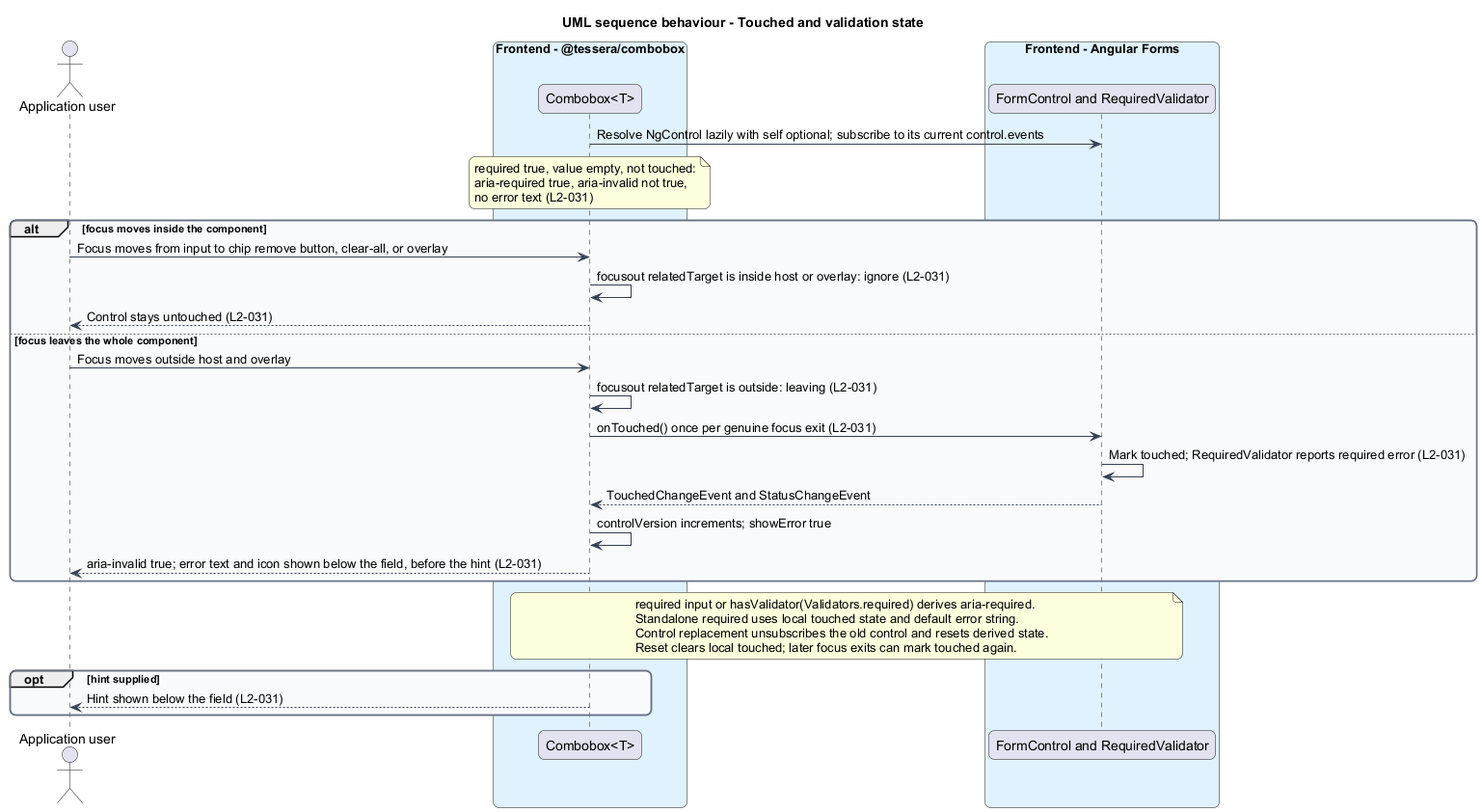
This is docs/detailed-designs/combobox/integrate-forms/diagrams/sequence-touched-validation.png from QuinntyneBrown/Tessera, a PlantUML export, as it was before one commit.
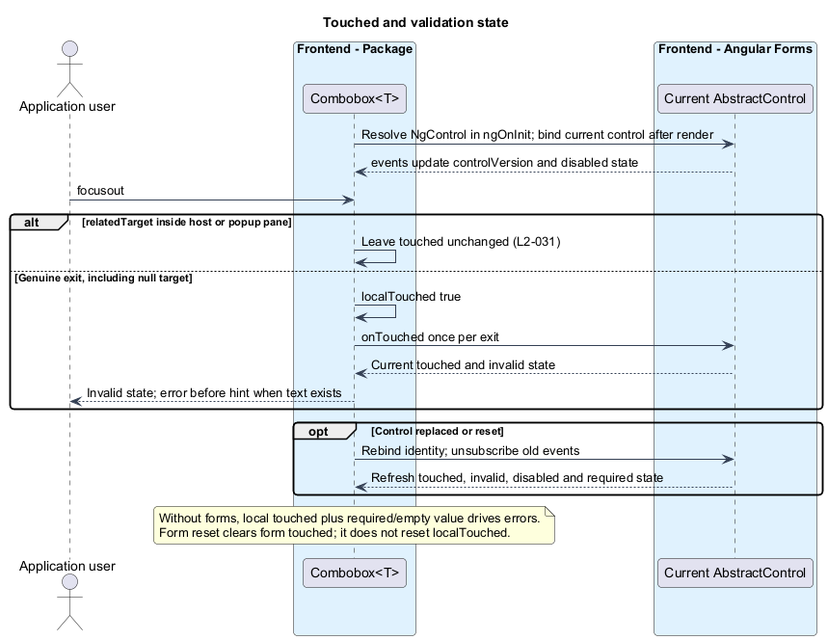
The same diagram one commit later.

What changed in the source:
```diff
@@ -1,53 +1,41 @@
 @startuml
-title UML sequence behaviour - Touched and validation state
 skinparam backgroundColor #FFFFFF
 skinparam shadowing false
-skinparam roundcorner 12
+skinparam roundcorner 8
 skinparam defaultFontName Arial
 skinparam ArrowColor #344054
-skinparam rectangle {
+skinparam class {
   BorderColor #344054
-  FontColor #101828
-}
-skinparam package {
-  BorderColor #667085
   FontColor #101828
   BackgroundColor #F9FAFB
 }
+title Touched and validation state
 actor "Application user" as user
-box "Frontend - @tessera/combobox" #E0F2FE
-  participant "Combobox<T>" as combo
+box "Frontend - Package" #E0F2FE
+  participant "Combobox<T>" as cb
 end box
 box "Frontend - Angular Forms" #E0F2FE
-  participant "FormControl and RequiredValidator" as fc
+  participant "Current AbstractControl" as fc
 end box
 
-combo -> fc : Resolve NgControl lazily with self optional; subscribe to its current control.events
-note over combo
-  required true, value empty, not touched:
-  aria-required true, aria-invalid not true,
-  no error text (L2-031)
+
+cb -> fc : Resolve NgControl in ngOnInit; bind current control after render
+fc --> cb : events update controlVersion and disabled state
+user -> cb : focusout
+alt relatedTarget inside host or popup pane
+  cb -> cb : Leave touched unchanged (L2-031)
+else Genuine exit, including null target
+  cb -> cb : localTouched true
+  cb -> fc : onTouched once per exit
+  fc --> cb : Current touched and invalid state
+  cb --> user : Invalid state; error before hint when text exists
+end
+opt Control replaced or reset
+  cb -> fc : Rebind identity; unsubscribe old events
+  fc --> cb : Refresh touched, invalid, disabled and required state
+end
+note over cb
+  Without forms, local touched plus required/empty value drives errors.
+  Form reset clears form touched; it does not reset localTouched.
 end note
-alt focus moves inside the component
-  user -> combo : Focus moves from input to chip remove button, clear-all, or overlay
-  combo -> combo : focusout relatedTarget is inside host or overlay: ignore (L2-031)
-  combo --> user : Control stays untouched (L2-031)
-else focus leaves the whole component
-  user -> combo : Focus moves outside host and overlay
-  combo -> combo : focusout relatedTarget is outside: leaving (L2-031)
-  combo -> fc : onTouched() once per genuine focus exit (L2-031)
-  fc -> fc : Mark touched; RequiredValidator reports required error (L2-031)
-  fc --> combo : TouchedChangeEvent and StatusChangeEvent
-  combo -> combo : controlVersion increments; showError true
-  combo --> user : aria-invalid true; error text and icon shown below the field, before the hint (L2-031)
-end
-note over combo, fc
-  required input or hasValidator(Validators.required) derives aria-required.
-  Standalone required uses local touched state and default error string.
-  Control replacement unsubscribes the old control and resets derived state.
-  Reset clears local touched; later focus exits can mark touched again.
-end note
-opt hint supplied
-  combo --> user : Hint shown below the field (L2-031)
-end
 @enduml
```
